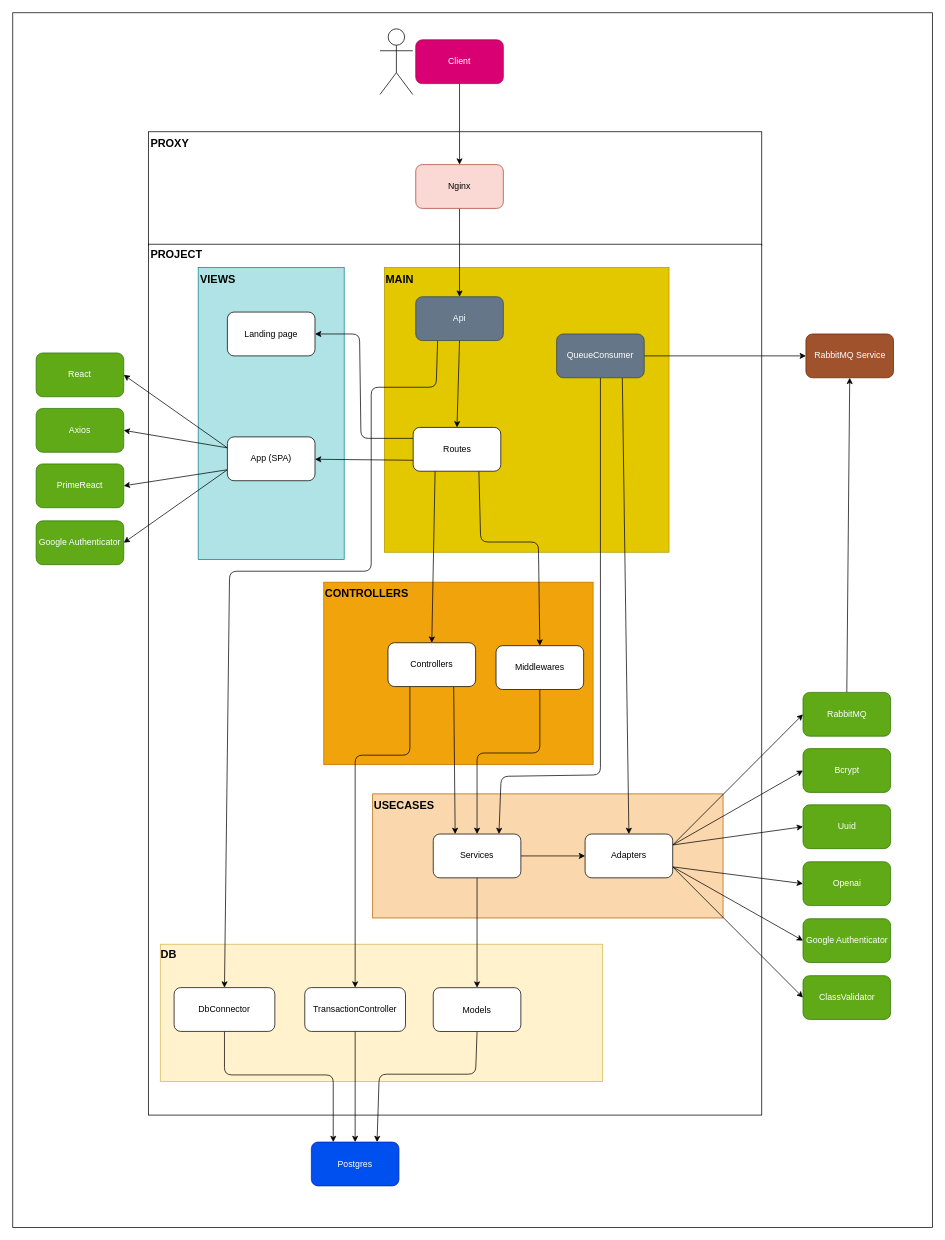
Before: docs/diagrams/app_architecture.drawio in DouglasVolcato/educaia, a draw.io diagram. Source tidied: cells renumbered, new cells numbered last; positions are measured from the earlier drawing's top-left corner, leaving out a move shared by most shapes. Both pictures are drawn from the tidied source at 73%, with x=0, y=0 at pixel (12, -118).
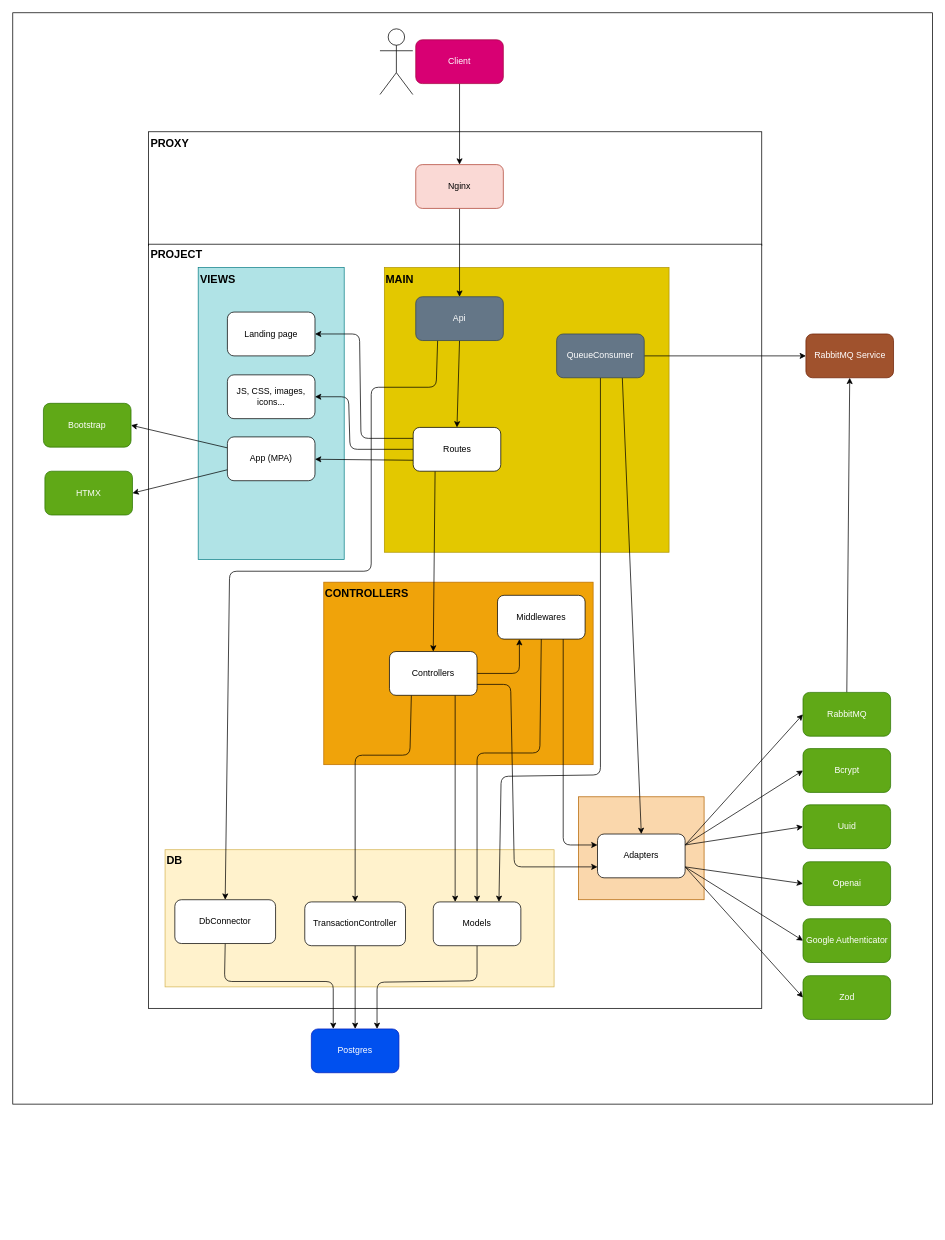
Above is the later version.

Commit message (it also covers changes not shown here):
docs: implement architecture diagram

Unchanged cells that the change refers to:
```xml
<mxCell id="19" value="Routes" style="rounded=1;whiteSpace=wrap;html=1;" parent="1" vertex="1">
  <mxGeometry x="548.5" y="747" width="120" height="60" as="geometry" />
</mxCell>
<mxCell id="64" value="QueueConsumer" style="rounded=1;whiteSpace=wrap;html=1;fillColor=#647687;fontColor=#ffffff;strokeColor=#314354;" parent="1" vertex="1">
  <mxGeometry x="745" y="619" width="120" height="60" as="geometry" />
</mxCell>
```

Diff of the diagram source:
```diff
@@
     <mxCell id="2" style="rounded=0;whiteSpace=wrap;html=1;" parent="1" vertex="1">
-      <mxGeometry y="179" width="1260" height="1664" as="geometry" />
+      <mxGeometry y="179" width="1260" height="1495" as="geometry" />
     </mxCell>
@@
     <mxCell id="4" style="rounded=0;whiteSpace=wrap;html=1;rotation=90;" parent="1" vertex="1">
-      <mxGeometry x="9.5" y="672.5" width="1193" height="840" as="geometry" />
+      <mxGeometry x="82.6" y="599.4" width="1046.8" height="840" as="geometry" />
     </mxCell>
     <mxCell id="5" style="rounded=0;whiteSpace=wrap;html=1;fillColor=#fad7ac;strokeColor=#b46504;rotation=0;" parent="1" vertex="1">
-      <mxGeometry x="493" y="1249" width="480" height="170" as="geometry" />
+      <mxGeometry x="775" y="1253" width="172" height="141" as="geometry" />
     </mxCell>
     <mxCell id="6" style="rounded=0;whiteSpace=wrap;html=1;fillColor=#fff2cc;strokeColor=#d6b656;rotation=90;" parent="1" vertex="1">
-      <mxGeometry x="411.1" y="1245.9" width="187.9" height="606" as="geometry" />
+      <mxGeometry x="381.1" y="1153" width="187.9" height="532.9" as="geometry" />
     </mxCell>
@@
-    <mxCell id="18" style="edgeStyle=none;html=1;exitX=0.75;exitY=1;exitDx=0;exitDy=0;entryX=0.5;entryY=0;entryDx=0;entryDy=0;" parent="1" edge="1" source="19" target="31">
-      <mxGeometry relative="1" as="geometry">
-        <Array as="points">
-          <mxPoint x="641" y="904" />
-          <mxPoint x="720" y="904" />
-        </Array>
-      </mxGeometry>
-    </mxCell>
+    <mxCell id="75" style="edgeStyle=none;html=1;exitX=0;exitY=0.5;exitDx=0;exitDy=0;entryX=1;entryY=0.5;entryDx=0;entryDy=0;" parent="1" edge="1" source="19" target="79">
+      <mxGeometry relative="1" as="geometry">
+        <Array as="points">
+          <mxPoint x="462" y="777" />
+          <mxPoint x="460" y="705" />
+        </Array>
+      </mxGeometry>
+    </mxCell>
@@
-    <mxCell id="20" style="edgeStyle=none;html=1;exitX=0.75;exitY=1;exitDx=0;exitDy=0;entryX=0.25;entryY=0;entryDx=0;entryDy=0;" parent="1" edge="1" source="22" target="25">
+    <mxCell id="20" style="edgeStyle=none;html=1;exitX=0.75;exitY=1;exitDx=0;exitDy=0;entryX=0.25;entryY=0;entryDx=0;entryDy=0;" parent="1" edge="1" source="22" target="29">
       <mxGeometry relative="1" as="geometry" />
     </mxCell>
@@
+    <mxCell id="76" style="edgeStyle=none;html=1;exitX=1;exitY=0.5;exitDx=0;exitDy=0;entryX=0.25;entryY=1;entryDx=0;entryDy=0;" parent="1" edge="1" source="22" target="31">
+      <mxGeometry relative="1" as="geometry">
+        <Array as="points">
+          <mxPoint x="694" y="1084" />
+        </Array>
+      </mxGeometry>
+    </mxCell>
+    <mxCell id="77" style="edgeStyle=none;html=1;exitX=1;exitY=0.75;exitDx=0;exitDy=0;entryX=0;entryY=0.75;entryDx=0;entryDy=0;" parent="1" edge="1" source="22" target="40">
+      <mxGeometry relative="1" as="geometry">
+        <Array as="points">
+          <mxPoint x="682" y="1099" />
+          <mxPoint x="687" y="1349" />
+        </Array>
+      </mxGeometry>
+    </mxCell>
     <mxCell id="22" value="Controllers" style="rounded=1;whiteSpace=wrap;html=1;" parent="1" vertex="1">
-      <mxGeometry x="514" y="1042" width="120" height="60" as="geometry" />
+      <mxGeometry x="516" y="1054" width="120" height="60" as="geometry" />
     </mxCell>
-    <mxCell id="23" style="edgeStyle=none;html=1;exitX=0.5;exitY=1;exitDx=0;exitDy=0;entryX=0.5;entryY=0;entryDx=0;entryDy=0;" parent="1" edge="1" source="25" target="29">
-      <mxGeometry relative="1" as="geometry" />
-    </mxCell>
-    <mxCell id="24" style="edgeStyle=none;html=1;exitX=1;exitY=0.5;exitDx=0;exitDy=0;entryX=0;entryY=0.5;entryDx=0;entryDy=0;" parent="1" edge="1" source="25" target="40">
-      <mxGeometry relative="1" as="geometry" />
-    </mxCell>
-    <mxCell id="25" value="Services" style="rounded=1;whiteSpace=wrap;html=1;" parent="1" vertex="1">
-      <mxGeometry x="576" y="1304" width="120" height="60" as="geometry" />
-    </mxCell>
@@
     <mxCell id="28" style="edgeStyle=none;html=1;exitX=0.5;exitY=1;exitDx=0;exitDy=0;entryX=0.75;entryY=0;entryDx=0;entryDy=0;" parent="1" edge="1" source="29" target="59">
       <mxGeometry relative="1" as="geometry">
         <Array as="points">
-          <mxPoint x="634" y="1633" />
-          <mxPoint x="502" y="1633" />
+          <mxPoint x="636" y="1505" />
+          <mxPoint x="499" y="1507" />
         </Array>
       </mxGeometry>
     </mxCell>
     <mxCell id="29" value="Models" style="rounded=1;whiteSpace=wrap;html=1;" parent="1" vertex="1">
-      <mxGeometry x="576" y="1514.5" width="120" height="60" as="geometry" />
+      <mxGeometry x="576" y="1397" width="120" height="60" as="geometry" />
     </mxCell>
-    <mxCell id="30" style="edgeStyle=none;html=1;exitX=0.5;exitY=1;exitDx=0;exitDy=0;entryX=0.5;entryY=0;entryDx=0;entryDy=0;" parent="1" edge="1" source="31" target="25">
+    <mxCell id="30" style="edgeStyle=none;html=1;exitX=0.5;exitY=1;exitDx=0;exitDy=0;entryX=0.5;entryY=0;entryDx=0;entryDy=0;" parent="1" edge="1" source="31" target="29">
       <mxGeometry relative="1" as="geometry">
         <Array as="points">
           <mxPoint x="722" y="1193" />
           <mxPoint x="636" y="1193" />
         </Array>
       </mxGeometry>
     </mxCell>
+    <mxCell id="78" style="edgeStyle=none;html=1;exitX=0.75;exitY=1;exitDx=0;exitDy=0;entryX=0;entryY=0.25;entryDx=0;entryDy=0;" parent="1" edge="1" source="31" target="40">
+      <mxGeometry relative="1" as="geometry">
+        <Array as="points">
+          <mxPoint x="754" y="1319" />
+        </Array>
+      </mxGeometry>
+    </mxCell>
     <mxCell id="31" value="Middlewares" style="rounded=1;whiteSpace=wrap;html=1;" parent="1" vertex="1">
-      <mxGeometry x="662" y="1046" width="120" height="60" as="geometry" />
+      <mxGeometry x="664" y="977" width="120" height="60" as="geometry" />
     </mxCell>
@@
     <mxCell id="33" value="TransactionController" style="rounded=1;whiteSpace=wrap;html=1;" parent="1" vertex="1">
-      <mxGeometry x="400" y="1514.4" width="138" height="60" as="geometry" />
+      <mxGeometry x="400" y="1397" width="138" height="60" as="geometry" />
     </mxCell>
@@
     <mxCell id="40" value="&lt;span style=&quot;color: rgb(0, 0, 0);&quot;&gt;Adapters&lt;/span&gt;" style="rounded=1;whiteSpace=wrap;html=1;" parent="1" vertex="1">
-      <mxGeometry x="784" y="1304" width="120" height="60" as="geometry" />
+      <mxGeometry x="801" y="1304" width="120" height="60" as="geometry" />
     </mxCell>
-    <mxCell id="41" style="edgeStyle=none;html=1;exitX=0;exitY=0.75;exitDx=0;exitDy=0;entryX=1;entryY=0.5;entryDx=0;entryDy=0;" parent="1" edge="1" source="45" target="69">
-      <mxGeometry relative="1" as="geometry" />
-    </mxCell>
-    <mxCell id="42" style="edgeStyle=none;html=1;exitX=0;exitY=0.25;exitDx=0;exitDy=0;entryX=1;entryY=0.5;entryDx=0;entryDy=0;" parent="1" edge="1" source="45" target="68">
+    <mxCell id="42" style="edgeStyle=none;html=1;exitX=0;exitY=0.75;exitDx=0;exitDy=0;entryX=1;entryY=0.5;entryDx=0;entryDy=0;" parent="1" edge="1" source="45" target="68">
       <mxGeometry relative="1" as="geometry" />
     </mxCell>
@@
-    <mxCell id="44" style="edgeStyle=none;html=1;exitX=0;exitY=0.75;exitDx=0;exitDy=0;entryX=1;entryY=0.5;entryDx=0;entryDy=0;" parent="1" edge="1" source="45" target="70">
-      <mxGeometry relative="1" as="geometry" />
-    </mxCell>
-    <mxCell id="45" value="App (SPA)" style="rounded=1;whiteSpace=wrap;html=1;" parent="1" vertex="1">
+    <mxCell id="45" value="App (MPA)" style="rounded=1;whiteSpace=wrap;html=1;" parent="1" vertex="1">
       <mxGeometry x="294" y="760" width="120" height="60" as="geometry" />
     </mxCell>
@@
     <mxCell id="50" value="&lt;b&gt;&lt;font style=&quot;font-size: 15px;&quot;&gt;DB&lt;/font&gt;&lt;/b&gt;" style="text;html=1;align=left;verticalAlign=middle;whiteSpace=wrap;rounded=0;" parent="1" vertex="1">
-      <mxGeometry x="201" y="1454.4" width="60" height="30" as="geometry" />
+      <mxGeometry x="209" y="1324" width="60" height="30" as="geometry" />
     </mxCell>
-    <mxCell id="51" value="&lt;b&gt;&lt;font style=&quot;font-size: 15px;&quot;&gt;USECASES&lt;/font&gt;&lt;/b&gt;" style="text;html=1;align=left;verticalAlign=middle;whiteSpace=wrap;rounded=0;" parent="1" vertex="1">
-      <mxGeometry x="493" y="1249" width="60" height="30" as="geometry" />
-    </mxCell>
@@
     <mxCell id="59" value="Postgres" style="rounded=1;whiteSpace=wrap;html=1;fillColor=#0050ef;fontColor=#ffffff;strokeColor=#001DBC;" parent="1" vertex="1">
-      <mxGeometry x="409" y="1726" width="120" height="60" as="geometry" />
+      <mxGeometry x="409" y="1571" width="120" height="60" as="geometry" />
     </mxCell>
@@
-    <mxCell id="62" style="edgeStyle=none;html=1;exitX=0.5;exitY=1;exitDx=0;exitDy=0;entryX=0.75;entryY=0;entryDx=0;entryDy=0;" parent="1" edge="1" source="64" target="25">
+    <mxCell id="62" style="edgeStyle=none;html=1;exitX=0.5;exitY=1;exitDx=0;exitDy=0;entryX=0.75;entryY=0;entryDx=0;entryDy=0;" parent="1" edge="1" source="64" target="29">
       <mxGeometry relative="1" as="geometry">
         <Array as="points">
           <mxPoint x="805" y="1223" />
           <mxPoint x="669" y="1225" />
         </Array>
       </mxGeometry>
     </mxCell>
@@
-    <mxCell id="67" value="React" style="rounded=1;whiteSpace=wrap;html=1;fillColor=#60a917;fontColor=#ffffff;strokeColor=#2D7600;" parent="1" vertex="1">
-      <mxGeometry x="32" y="645" width="120" height="60" as="geometry" />
+    <mxCell id="67" value="Bootstrap" style="rounded=1;whiteSpace=wrap;html=1;fillColor=#60a917;fontColor=#ffffff;strokeColor=#2D7600;" parent="1" vertex="1">
+      <mxGeometry x="42" y="714" width="120" height="60" as="geometry" />
     </mxCell>
-    <mxCell id="68" value="Axios" style="rounded=1;whiteSpace=wrap;html=1;fillColor=#60a917;fontColor=#ffffff;strokeColor=#2D7600;" parent="1" vertex="1">
-      <mxGeometry x="32" y="721" width="120" height="60" as="geometry" />
+    <mxCell id="68" value="HTMX" style="rounded=1;whiteSpace=wrap;html=1;fillColor=#60a917;fontColor=#ffffff;strokeColor=#2D7600;" parent="1" vertex="1">
+      <mxGeometry x="44" y="807" width="120" height="60" as="geometry" />
     </mxCell>
-    <mxCell id="69" value="PrimeReact" style="rounded=1;whiteSpace=wrap;html=1;fillColor=#60a917;fontColor=#ffffff;strokeColor=#2D7600;" parent="1" vertex="1">
-      <mxGeometry x="32" y="797" width="120" height="60" as="geometry" />
-    </mxCell>
-    <mxCell id="70" value="Google Authenticator" style="rounded=1;whiteSpace=wrap;html=1;fillColor=#60a917;fontColor=#ffffff;strokeColor=#2D7600;" parent="1" vertex="1">
-      <mxGeometry x="32" y="875" width="120" height="60" as="geometry" />
-    </mxCell>
@@
-    <mxCell id="72" value="ClassValidator" style="rounded=1;whiteSpace=wrap;html=1;fillColor=#60a917;fontColor=#FFFFFF;strokeColor=#2D7600;" parent="1" vertex="1">
+    <mxCell id="72" value="Zod" style="rounded=1;whiteSpace=wrap;html=1;fillColor=#60a917;fontColor=#FFFFFF;strokeColor=#2D7600;" parent="1" vertex="1">
       <mxGeometry x="1082.5" y="1498" width="120" height="60" as="geometry" />
     </mxCell>
     <mxCell id="73" style="edgeStyle=none;html=1;exitX=0.5;exitY=1;exitDx=0;exitDy=0;entryX=0.25;entryY=0;entryDx=0;entryDy=0;" parent="1" edge="1" source="74" target="59">
       <mxGeometry relative="1" as="geometry">
         <Array as="points">
-          <mxPoint x="290" y="1634" />
-          <mxPoint x="439" y="1634" />
+          <mxPoint x="290" y="1506" />
+          <mxPoint x="439" y="1506" />
         </Array>
       </mxGeometry>
     </mxCell>
     <mxCell id="74" value="DbConnector" style="rounded=1;whiteSpace=wrap;html=1;" parent="1" vertex="1">
-      <mxGeometry x="221" y="1514.4" width="138" height="60" as="geometry" />
+      <mxGeometry x="222" y="1394" width="138" height="60" as="geometry" />
     </mxCell>
+    <mxCell id="79" value="JS, CSS, images, icons..." style="rounded=1;whiteSpace=wrap;html=1;" parent="1" vertex="1">
+      <mxGeometry x="294" y="675" width="120" height="60" as="geometry" />
+    </mxCell>
```
